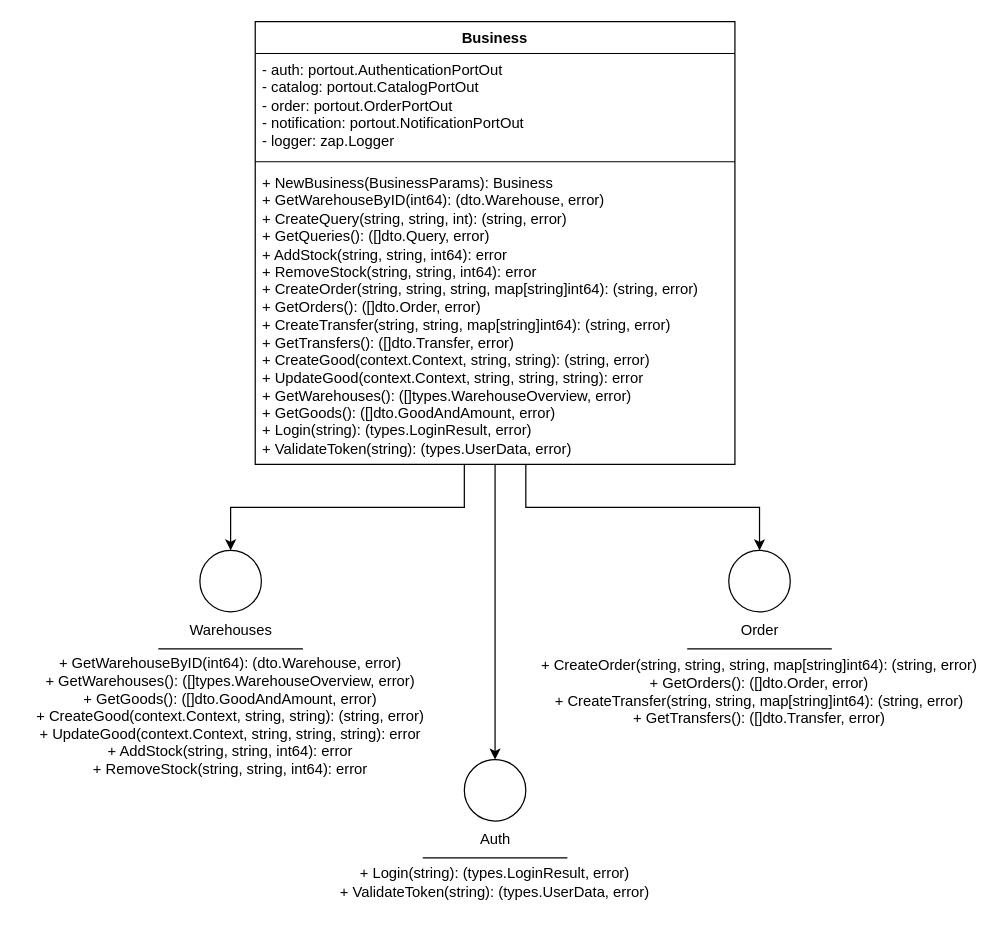
Earlier version of the draw.io diagram page "business" (2 of 4) of assets/drawio/apigateway.drawio (alimitedgroup/alimitedgroup.github.io). Source tidied: cells renumbered, new cells numbered last; positions are measured from the earlier drawing's top-left corner, leaving out a move shared by most shapes. Both pictures are drawn from the tidied source at 123%, with x=0, y=0 at pixel (21, 21).
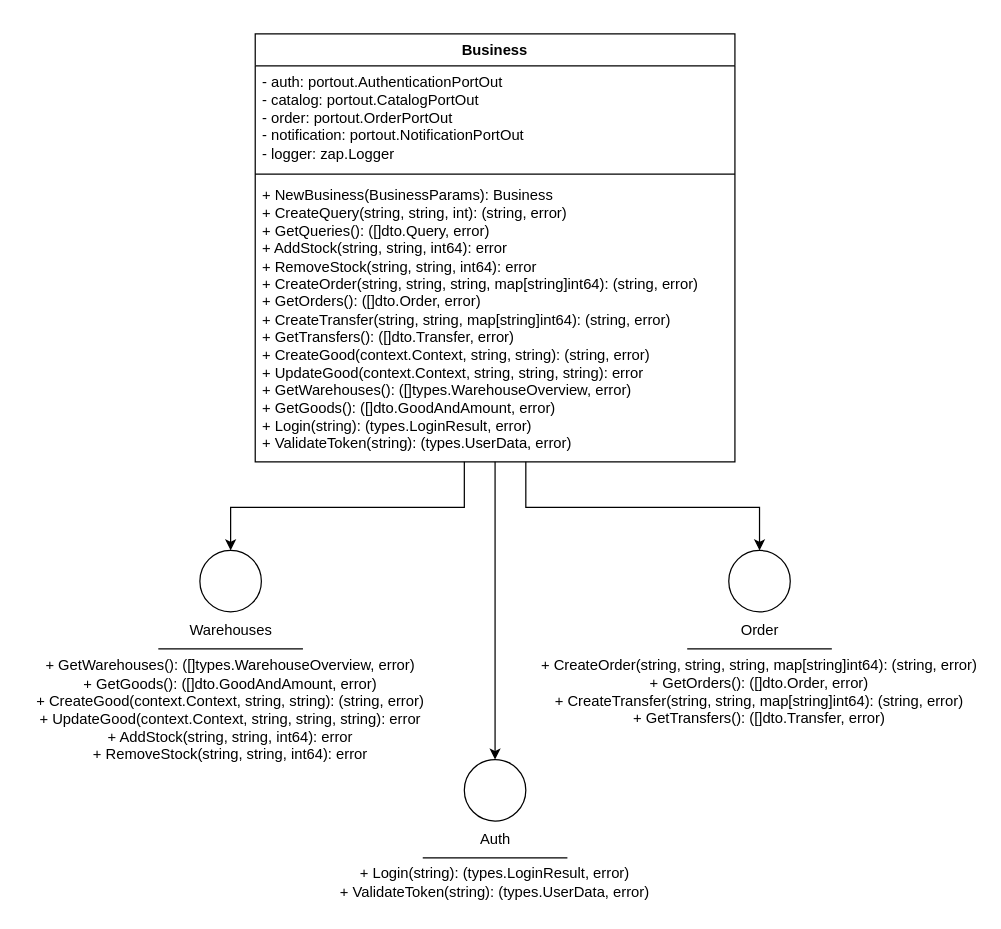
The same page after the edit.

Commit message:
apigateway: rimozione GetWarehouseByID

The edit, as a diff of the source:
```diff
@@
     <mxCell id="5" value="Business" style="swimlane;fontStyle=1;align=center;verticalAlign=top;horizontal=1;startSize=26;whiteSpace=wrap;html=1;" parent="1" vertex="1">
-      <mxGeometry x="190" width="390" height="360" as="geometry" />
+      <mxGeometry x="190" y="10" width="390" height="348" as="geometry" />
     </mxCell>
@@
-    <mxCell id="8" value="+ NewBusiness(BusinessParams): Business&lt;br&gt;+ GetWarehouseByID(int64): (dto.Warehouse, error)&lt;br&gt;+ CreateQuery(string, string, int): (string, error)&lt;br&gt;+ GetQueries(): ([]dto.Query, error)&lt;br&gt;+ AddStock(string, string, int64): error&lt;br&gt;+ RemoveStock(string, string, int64): error&lt;br&gt;+ CreateOrder(string, string, string, map[string]int64): (string, error)&lt;br&gt;+ GetOrders(): ([]dto.Order, error)&lt;br&gt;+ CreateTransfer(string, string, map[string]int64): (string, error)&lt;br&gt;+ GetTransfers(): ([]dto.Transfer, error)&lt;br&gt;+ CreateGood(context.Context, string, string): (string, error)&lt;br&gt;+ UpdateGood(context.Context, string, string, string): error&lt;br&gt;+ GetWarehouses(): ([]types.WarehouseOverview, error)&lt;br&gt;+ GetGoods(): ([]dto.GoodAndAmount, error)&lt;br&gt;+ Login(string): (types.LoginResult, error)&lt;br&gt;+ ValidateToken(string): (types.UserData, error)" style="text;strokeColor=none;fillColor=none;align=left;verticalAlign=top;spacingLeft=4;spacingRight=4;overflow=hidden;whiteSpace=wrap;html=1;" parent="5" vertex="1">
-      <mxGeometry y="118" width="390" height="242" as="geometry" />
+    <mxCell id="8" value="+ NewBusiness(BusinessParams): Business&lt;br&gt;+ CreateQuery(string, string, int): (string, error)&lt;br&gt;+ GetQueries(): ([]dto.Query, error)&lt;br&gt;+ AddStock(string, string, int64): error&lt;br&gt;+ RemoveStock(string, string, int64): error&lt;br&gt;+ CreateOrder(string, string, string, map[string]int64): (string, error)&lt;br&gt;+ GetOrders(): ([]dto.Order, error)&lt;br&gt;+ CreateTransfer(string, string, map[string]int64): (string, error)&lt;br&gt;+ GetTransfers(): ([]dto.Transfer, error)&lt;br&gt;+ CreateGood(context.Context, string, string): (string, error)&lt;br&gt;+ UpdateGood(context.Context, string, string, string): error&lt;br&gt;+ GetWarehouses(): ([]types.WarehouseOverview, error)&lt;br&gt;+ GetGoods(): ([]dto.GoodAndAmount, error)&lt;br&gt;+ Login(string): (types.LoginResult, error)&lt;br&gt;+ ValidateToken(string): (types.UserData, error)" style="text;strokeColor=none;fillColor=none;align=left;verticalAlign=top;spacingLeft=4;spacingRight=4;overflow=hidden;whiteSpace=wrap;html=1;" parent="5" vertex="1">
+      <mxGeometry y="118" width="390" height="230" as="geometry" />
     </mxCell>
@@
-    <mxCell id="20" value="+ GetWarehouseByID(int64): (dto.Warehouse, error)&lt;br&gt;+ GetWarehouses(): ([]types.WarehouseOverview, error)&lt;br&gt;+ GetGoods(): ([]dto.GoodAndAmount, error)&lt;br&gt;+ CreateGood(context.Context, string, string): (string, error)&lt;br&gt;+ UpdateGood(context.Context, string, string, string): error&lt;br&gt;+ AddStock(string, string, int64): error&lt;br&gt;+ RemoveStock(string, string, int64): error" style="text;html=1;align=center;verticalAlign=middle;whiteSpace=wrap;rounded=0;" parent="1" vertex="1">
-      <mxGeometry y="510" width="340" height="110" as="geometry" />
+    <mxCell id="20" value="+ GetWarehouses(): ([]types.WarehouseOverview, error)&lt;br&gt;+ GetGoods(): ([]dto.GoodAndAmount, error)&lt;br&gt;+ CreateGood(context.Context, string, string): (string, error)&lt;br&gt;+ UpdateGood(context.Context, string, string, string): error&lt;br&gt;+ AddStock(string, string, int64): error&lt;br&gt;+ RemoveStock(string, string, int64): error" style="text;html=1;align=center;verticalAlign=middle;whiteSpace=wrap;rounded=0;" parent="1" vertex="1">
+      <mxGeometry y="510" width="340" height="100" as="geometry" />
     </mxCell>
```
